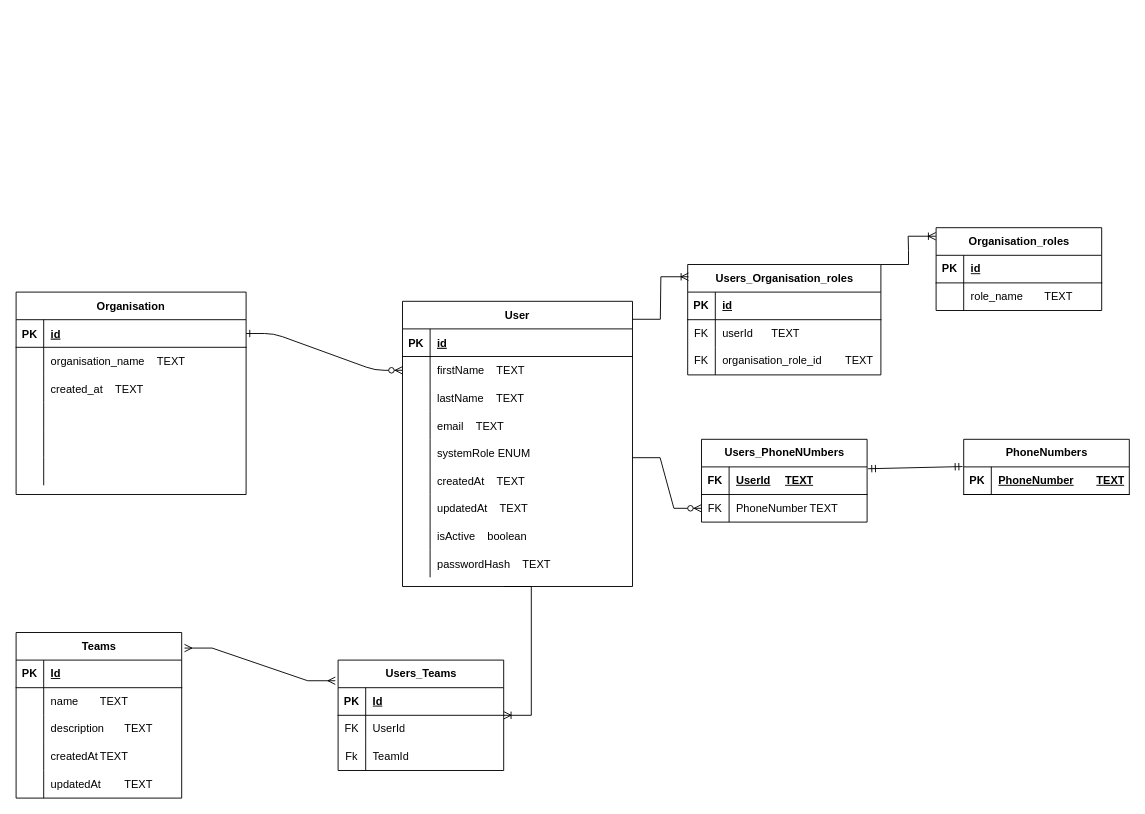
Before: diagrams/Database diagram.drawio in TobiasRoland123/work, a draw.io diagram. Source tidied: cells renumbered, new cells numbered last; positions are measured from the earlier drawing's top-left corner, leaving out a move shared by most shapes. Both pictures are drawn from the tidied source at 92%, with x=0, y=0 at pixel (16, 227).
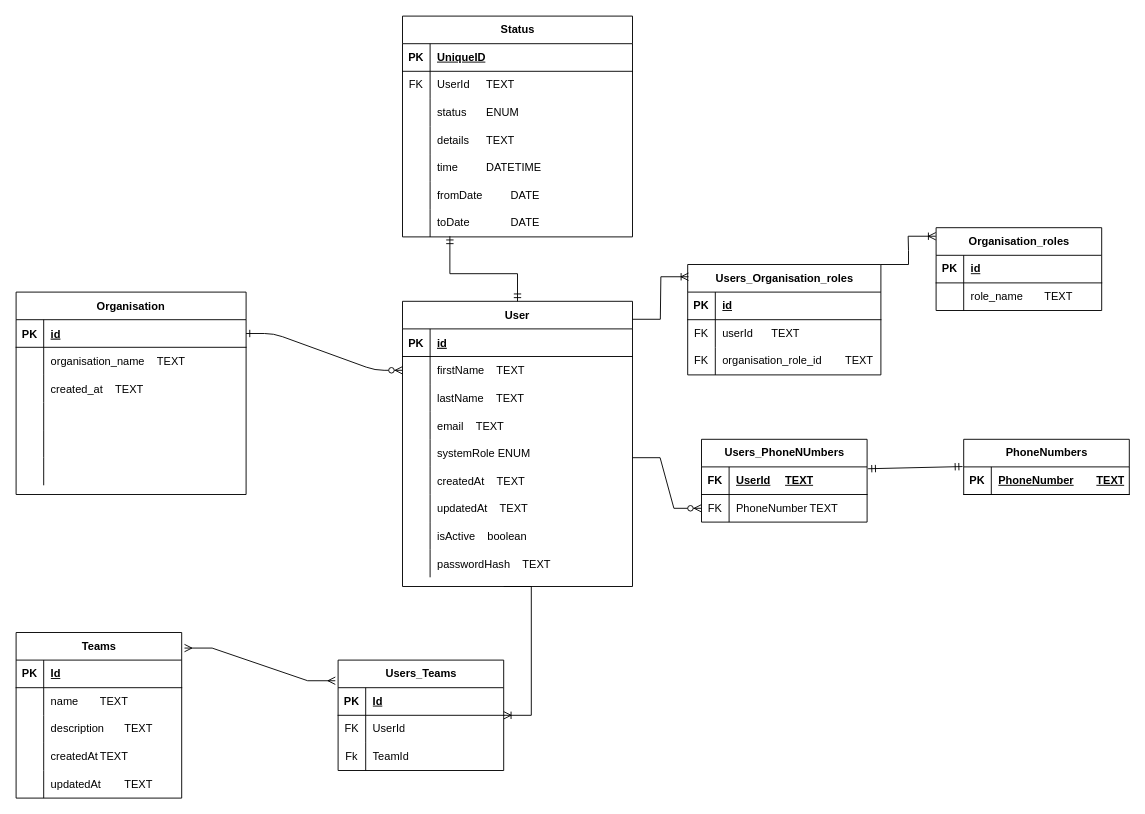
Above is the later version.

Commit message:
feat:added status in diagram

The change refers to these unchanged cells:
```xml
<mxCell id="3" value="User" style="shape=table;startSize=30;childLayout=tableLayout;rowLines=0;fontStyle=1;align=center;labelBackgroundColor=none;" parent="1" vertex="1">
  <mxGeometry x="420" y="80" width="250" height="310" as="geometry" />
</mxCell>
```

The edit, as a diff of the source:
```diff
@@
+    <mxCell id="110" value="Status" style="shape=table;startSize=30;childLayout=tableLayout;rowLines=0;fontStyle=1;align=center;html=1;" parent="1" vertex="1">
+      <mxGeometry x="420" y="-230" width="250" height="240" as="geometry" />
+    </mxCell>
+    <mxCell id="111" style="shape=tableRow;horizontal=0;startSize=0;swimlaneHead=0;swimlaneBody=0;fillColor=none;top=0;left=0;right=0;bottom=1;" parent="110" vertex="1">
+      <mxGeometry y="30" width="250" height="30" as="geometry" />
+    </mxCell>
+    <mxCell id="112" value="PK" style="shape=partialRectangle;fillColor=none;top=0;left=0;bottom=0;right=0;fontStyle=1;overflow=hidden;whiteSpace=wrap;html=1;" parent="111" vertex="1">
+      <mxGeometry width="30" height="30" as="geometry" />
+    </mxCell>
+    <mxCell id="113" value="UniqueID" style="shape=partialRectangle;fillColor=none;top=0;left=0;bottom=0;right=0;align=left;spacingLeft=6;fontStyle=5;overflow=hidden;whiteSpace=wrap;html=1;" parent="111" vertex="1">
+      <mxGeometry x="30" width="220" height="30" as="geometry" />
+    </mxCell>
+    <mxCell id="114" style="shape=tableRow;horizontal=0;startSize=0;swimlaneHead=0;swimlaneBody=0;fillColor=none;top=0;left=0;right=0;bottom=0;" parent="110" vertex="1">
+      <mxGeometry y="60" width="250" height="30" as="geometry" />
+    </mxCell>
+    <mxCell id="115" value="FK" style="shape=partialRectangle;fillColor=none;top=0;left=0;bottom=0;right=0;overflow=hidden;whiteSpace=wrap;html=1;" parent="114" vertex="1">
+      <mxGeometry width="30" height="30" as="geometry" />
+    </mxCell>
+    <mxCell id="116" value="UserId&lt;span style=&quot;white-space: pre;&quot;&gt;&#9;&lt;/span&gt;TEXT" style="shape=partialRectangle;fillColor=none;top=0;left=0;bottom=0;right=0;align=left;spacingLeft=6;overflow=hidden;whiteSpace=wrap;html=1;" parent="114" vertex="1">
+      <mxGeometry x="30" width="220" height="30" as="geometry" />
+    </mxCell>
+    <mxCell id="117" style="shape=tableRow;horizontal=0;startSize=0;swimlaneHead=0;swimlaneBody=0;fillColor=none;top=0;left=0;right=0;bottom=0;" parent="110" vertex="1">
+      <mxGeometry y="90" width="250" height="30" as="geometry" />
+    </mxCell>
+    <mxCell id="118" style="shape=partialRectangle;fillColor=none;top=0;left=0;bottom=0;right=0;overflow=hidden;whiteSpace=wrap;html=1;" parent="117" vertex="1">
+      <mxGeometry width="30" height="30" as="geometry" />
+    </mxCell>
+    <mxCell id="119" value="status&lt;span style=&quot;white-space: pre;&quot;&gt;&#9;&lt;/span&gt;ENUM" style="shape=partialRectangle;fillColor=none;top=0;left=0;bottom=0;right=0;align=left;spacingLeft=6;overflow=hidden;whiteSpace=wrap;html=1;" parent="117" vertex="1">
+      <mxGeometry x="30" width="220" height="30" as="geometry" />
+    </mxCell>
+    <mxCell id="120" style="shape=tableRow;horizontal=0;startSize=0;swimlaneHead=0;swimlaneBody=0;fillColor=none;top=0;left=0;right=0;bottom=0;" parent="110" vertex="1">
+      <mxGeometry y="120" width="250" height="30" as="geometry" />
+    </mxCell>
+    <mxCell id="121" style="shape=partialRectangle;fillColor=none;top=0;left=0;bottom=0;right=0;overflow=hidden;whiteSpace=wrap;html=1;" parent="120" vertex="1">
+      <mxGeometry width="30" height="30" as="geometry" />
+    </mxCell>
+    <mxCell id="122" value="details&lt;span style=&quot;white-space: pre;&quot;&gt;&#9;&lt;/span&gt;TEXT" style="shape=partialRectangle;fillColor=none;top=0;left=0;bottom=0;right=0;align=left;spacingLeft=6;overflow=hidden;whiteSpace=wrap;html=1;" parent="120" vertex="1">
+      <mxGeometry x="30" width="220" height="30" as="geometry" />
+    </mxCell>
+    <mxCell id="123" style="shape=tableRow;horizontal=0;startSize=0;swimlaneHead=0;swimlaneBody=0;fillColor=none;top=0;left=0;right=0;bottom=0;" parent="110" vertex="1">
+      <mxGeometry y="150" width="250" height="30" as="geometry" />
+    </mxCell>
+    <mxCell id="124" style="shape=partialRectangle;fillColor=none;top=0;left=0;bottom=0;right=0;overflow=hidden;whiteSpace=wrap;html=1;" parent="123" vertex="1">
+      <mxGeometry width="30" height="30" as="geometry" />
+    </mxCell>
+    <mxCell id="125" value="time&lt;span style=&quot;white-space: pre;&quot;&gt;&#9;&lt;/span&gt;&lt;span style=&quot;white-space: pre;&quot;&gt;&#9;&lt;/span&gt;DATETIME" style="shape=partialRectangle;fillColor=none;top=0;left=0;bottom=0;right=0;align=left;spacingLeft=6;overflow=hidden;whiteSpace=wrap;html=1;" parent="123" vertex="1">
+      <mxGeometry x="30" width="220" height="30" as="geometry" />
+    </mxCell>
+    <mxCell id="126" style="shape=tableRow;horizontal=0;startSize=0;swimlaneHead=0;swimlaneBody=0;fillColor=none;top=0;left=0;right=0;bottom=0;" parent="110" vertex="1">
+      <mxGeometry y="180" width="250" height="30" as="geometry" />
+    </mxCell>
+    <mxCell id="127" style="shape=partialRectangle;fillColor=none;top=0;left=0;bottom=0;right=0;overflow=hidden;whiteSpace=wrap;html=1;" parent="126" vertex="1">
+      <mxGeometry width="30" height="30" as="geometry" />
+    </mxCell>
+    <mxCell id="128" value="fromDate&lt;span style=&quot;white-space: pre;&quot;&gt;&#9;&lt;/span&gt;&lt;span style=&quot;white-space: pre;&quot;&gt;&#9;&lt;/span&gt;DATE" style="shape=partialRectangle;fillColor=none;top=0;left=0;bottom=0;right=0;align=left;spacingLeft=6;overflow=hidden;whiteSpace=wrap;html=1;" parent="126" vertex="1">
+      <mxGeometry x="30" width="220" height="30" as="geometry" />
+    </mxCell>
+    <mxCell id="129" style="shape=tableRow;horizontal=0;startSize=0;swimlaneHead=0;swimlaneBody=0;fillColor=none;points=[[0,0.5],[1,0.5]];portConstraint=eastwest;top=0;left=0;right=0;bottom=0;" parent="110" vertex="1">
+      <mxGeometry y="210" width="250" height="30" as="geometry" />
+    </mxCell>
+    <mxCell id="130" style="shape=partialRectangle;fillColor=none;top=0;left=0;bottom=0;right=0;overflow=hidden;whiteSpace=wrap;html=1;" parent="129" vertex="1">
+      <mxGeometry width="30" height="30" as="geometry" />
+    </mxCell>
+    <mxCell id="131" value="toDate&lt;span style=&quot;white-space: pre;&quot;&gt;&#9;&lt;/span&gt;&lt;span style=&quot;white-space: pre;&quot;&gt;&#9;&lt;/span&gt;DATE" style="shape=partialRectangle;fillColor=none;top=0;left=0;bottom=0;right=0;align=left;spacingLeft=6;overflow=hidden;whiteSpace=wrap;html=1;" parent="129" vertex="1">
+      <mxGeometry x="30" width="220" height="30" as="geometry" />
+    </mxCell>
+    <mxCell id="132" style="fontSize=12;html=1;endArrow=ERmandOne;startArrow=ERmandOne;rounded=0;exitX=0.5;exitY=0;exitDx=0;exitDy=0;edgeStyle=orthogonalEdgeStyle;entryX=0.206;entryY=0.977;entryDx=0;entryDy=0;entryPerimeter=0;" parent="1" edge="1" source="3" target="129">
+      <mxGeometry relative="1" as="geometry">
+        <Array as="points">
+          <mxPoint x="545" y="50" />
+          <mxPoint x="472" y="50" />
+        </Array>
+      </mxGeometry>
+    </mxCell>
```
